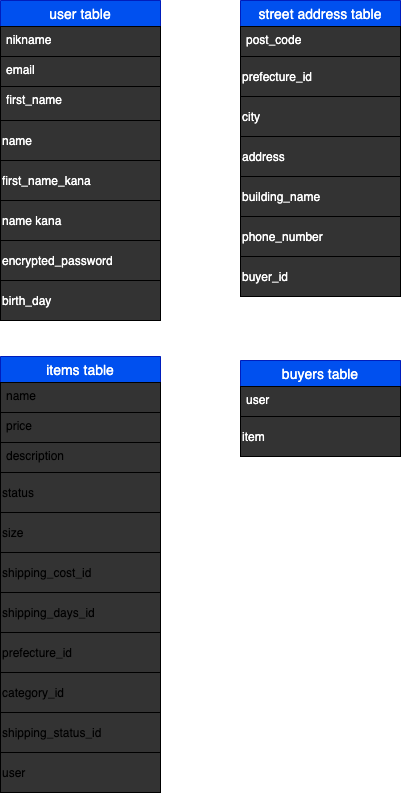
Above: db.png in yosida0929/furima-31487 (draw.io), before the change. Source tidied: cells renumbered, new cells last; positions are measured from the earlier drawing's top-left corner, leaving out a move shared by most shapes.
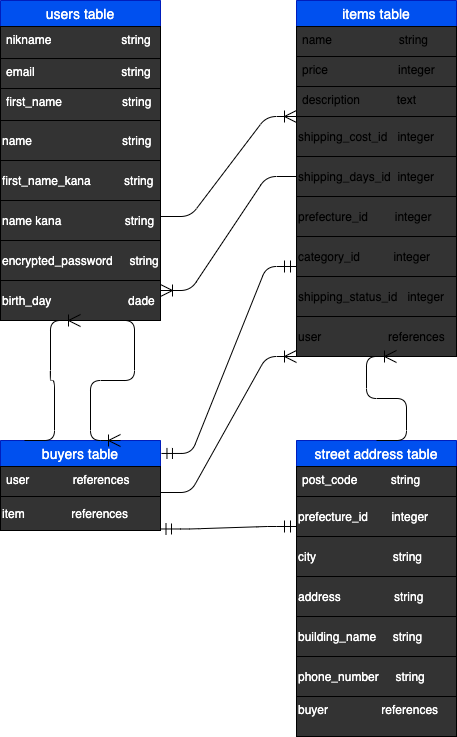
The same file after the commit.

Commit message:
ER図のみ修正１

Change to the diagram source:
```diff
@@ -2,101 +2,131 @@
   <root>
     <mxCell id="0" />
     <mxCell id="1" parent="0" />
-    <mxCell id="2" value="user table" style="swimlane;fontStyle=0;horizontal=1;startSize=26;align=center;fontSize=14;fillColor=#0050ef;strokeColor=#001DBC;fontColor=#ffffff;" parent="1" vertex="1">
-      <mxGeometry width="160" height="120" as="geometry" />
+    <mxCell id="2" value="users table" style="swimlane;fontStyle=0;horizontal=1;startSize=26;align=center;fontSize=14;fillColor=#0050ef;strokeColor=#001DBC;fontColor=#ffffff;" parent="1" vertex="1">
+      <mxGeometry width="160" height="122" as="geometry" />
     </mxCell>
-    <mxCell id="3" value="nikname" style="text;spacingLeft=4;spacingRight=4;overflow=hidden;fontSize=12;whiteSpace=wrap;fillColor=#333333;strokeColor=#000000;fontColor=#FFFFFF;" parent="2" vertex="1">
-      <mxGeometry y="26" width="160" height="30" as="geometry" />
+    <mxCell id="3" value="nikname                     string" style="text;spacingLeft=4;spacingRight=4;overflow=hidden;fontSize=12;whiteSpace=wrap;fillColor=#333333;strokeColor=#000000;fontColor=#FFFFFF;" parent="2" vertex="1">
+      <mxGeometry y="26" width="160" height="32" as="geometry" />
     </mxCell>
-    <mxCell id="4" value="email" style="text;spacingLeft=4;spacingRight=4;overflow=hidden;fontSize=12;whiteSpace=wrap;fillColor=#333333;strokeColor=#000000;fontColor=#FFFFFF;" parent="2" vertex="1">
-      <mxGeometry y="56" width="160" height="30" as="geometry" />
+    <mxCell id="4" value="email                          string" style="text;spacingLeft=4;spacingRight=4;overflow=hidden;fontSize=12;whiteSpace=wrap;fillColor=#333333;strokeColor=#000000;fontColor=#FFFFFF;" parent="2" vertex="1">
+      <mxGeometry y="58" width="160" height="30" as="geometry" />
     </mxCell>
-    <mxCell id="5" value="first_name" style="text;spacingLeft=4;spacingRight=4;overflow=hidden;fontSize=12;whiteSpace=wrap;labelBackgroundColor=none;fillColor=#333333;strokeColor=#000000;fontColor=#FFFFFF;" parent="2" vertex="1">
-      <mxGeometry y="86" width="160" height="34" as="geometry" />
+    <mxCell id="5" value="first_name                  string" style="text;spacingLeft=4;spacingRight=4;overflow=hidden;fontSize=12;whiteSpace=wrap;labelBackgroundColor=none;fillColor=#333333;strokeColor=#000000;fontColor=#FFFFFF;" parent="2" vertex="1">
+      <mxGeometry y="88" width="160" height="34" as="geometry" />
     </mxCell>
-    <mxCell id="6" value="name" style="align=left;labelBackgroundColor=none;whiteSpace=wrap;fillColor=#333333;strokeColor=#000000;fontColor=#FFFFFF;" parent="1" vertex="1">
+    <mxCell id="6" value="name                           string" style="align=left;labelBackgroundColor=none;whiteSpace=wrap;fillColor=#333333;strokeColor=#000000;fontColor=#FFFFFF;" parent="1" vertex="1">
       <mxGeometry y="120" width="160" height="40" as="geometry" />
     </mxCell>
-    <mxCell id="7" value="first_name_kana" style="whiteSpace=wrap;align=left;fillColor=#333333;strokeColor=#000000;fontColor=#FFFFFF;" parent="1" vertex="1">
+    <mxCell id="7" value="first_name_kana          string" style="whiteSpace=wrap;align=left;fillColor=#333333;strokeColor=#000000;fontColor=#FFFFFF;" parent="1" vertex="1">
       <mxGeometry y="160" width="160" height="40" as="geometry" />
     </mxCell>
-    <mxCell id="8" value="name kana" style="whiteSpace=wrap;align=left;fillColor=#333333;strokeColor=#000000;fontColor=#FFFFFF;" parent="1" vertex="1">
+    <mxCell id="8" value="name kana                   string" style="whiteSpace=wrap;align=left;fillColor=#333333;strokeColor=#000000;fontColor=#FFFFFF;" parent="1" vertex="1">
       <mxGeometry y="200" width="160" height="40" as="geometry" />
     </mxCell>
-    <mxCell id="9" value="encrypted_password" style="whiteSpace=wrap;align=left;fillColor=#333333;strokeColor=#000000;fontColor=#FFFFFF;" parent="1" vertex="1">
+    <mxCell id="9" value="encrypted_password     string" style="whiteSpace=wrap;align=left;fillColor=#333333;strokeColor=#000000;fontColor=#FFFFFF;" parent="1" vertex="1">
       <mxGeometry y="240" width="160" height="40" as="geometry" />
     </mxCell>
-    <mxCell id="10" value="birth_day" style="whiteSpace=wrap;align=left;fillColor=#333333;strokeColor=#000000;fontColor=#FFFFFF;" parent="1" vertex="1">
+    <mxCell id="10" value="birth_day                       dade" style="whiteSpace=wrap;align=left;fillColor=#333333;strokeColor=#000000;fontColor=#FFFFFF;" parent="1" vertex="1">
       <mxGeometry y="280" width="160" height="40" as="geometry" />
     </mxCell>
     <mxCell id="11" value="street address table" style="swimlane;fontStyle=0;horizontal=1;startSize=26;align=center;fontSize=14;fillColor=#0050ef;strokeColor=#001DBC;fontColor=#ffffff;" parent="1" vertex="1">
-      <mxGeometry x="240" width="160" height="56" as="geometry" />
+      <mxGeometry x="296" y="440" width="160" height="56" as="geometry" />
     </mxCell>
-    <mxCell id="12" value="post_code" style="text;spacingLeft=4;spacingRight=4;overflow=hidden;fontSize=12;fillColor=#333333;strokeColor=#000000;fontColor=#FFFFFF;" parent="11" vertex="1">
+    <mxCell id="12" value="post_code          string" style="text;spacingLeft=4;spacingRight=4;overflow=hidden;fontSize=12;fillColor=#333333;strokeColor=#000000;fontColor=#FFFFFF;" parent="11" vertex="1">
       <mxGeometry y="26" width="160" height="30" as="geometry" />
     </mxCell>
-    <mxCell id="13" value="prefecture_id" style="whiteSpace=wrap;align=left;gradientColor=none;fillColor=#333333;strokeColor=#000000;fontColor=#FFFFFF;" parent="1" vertex="1">
-      <mxGeometry x="240" y="56" width="160" height="40" as="geometry" />
+    <mxCell id="13" value="prefecture_id       integer" style="whiteSpace=wrap;align=left;gradientColor=none;fillColor=#333333;strokeColor=#000000;fontColor=#FFFFFF;" parent="1" vertex="1">
+      <mxGeometry x="296" y="496" width="160" height="40" as="geometry" />
     </mxCell>
-    <mxCell id="14" value="city" style="whiteSpace=wrap;align=left;gradientColor=none;fillColor=#333333;strokeColor=#000000;fontColor=#FFFFFF;" parent="1" vertex="1">
-      <mxGeometry x="240" y="96" width="160" height="40" as="geometry" />
+    <mxCell id="14" value="city                       string" style="whiteSpace=wrap;align=left;gradientColor=none;fillColor=#333333;strokeColor=#000000;fontColor=#FFFFFF;" parent="1" vertex="1">
+      <mxGeometry x="296" y="536" width="160" height="40" as="geometry" />
     </mxCell>
-    <mxCell id="15" value="address" style="whiteSpace=wrap;align=left;gradientColor=none;fillColor=#333333;strokeColor=#000000;fontColor=#FFFFFF;" parent="1" vertex="1">
-      <mxGeometry x="240" y="136" width="160" height="40" as="geometry" />
+    <mxCell id="15" value="address                string" style="whiteSpace=wrap;align=left;gradientColor=none;fillColor=#333333;strokeColor=#000000;fontColor=#FFFFFF;" parent="1" vertex="1">
+      <mxGeometry x="296" y="576" width="160" height="40" as="geometry" />
     </mxCell>
-    <mxCell id="16" value="building_name" style="whiteSpace=wrap;align=left;gradientColor=none;fillColor=#333333;strokeColor=#000000;fontColor=#FFFFFF;" parent="1" vertex="1">
-      <mxGeometry x="240" y="176" width="160" height="40" as="geometry" />
+    <mxCell id="16" value="building_name     string" style="whiteSpace=wrap;align=left;gradientColor=none;fillColor=#333333;strokeColor=#000000;fontColor=#FFFFFF;" parent="1" vertex="1">
+      <mxGeometry x="296" y="616" width="160" height="40" as="geometry" />
     </mxCell>
-    <mxCell id="17" value="phone_number" style="whiteSpace=wrap;align=left;gradientColor=none;fillColor=#333333;strokeColor=#000000;fontColor=#FFFFFF;" parent="1" vertex="1">
-      <mxGeometry x="240" y="216" width="160" height="40" as="geometry" />
+    <mxCell id="17" value="phone_number     string" style="whiteSpace=wrap;align=left;gradientColor=none;fillColor=#333333;strokeColor=#000000;fontColor=#FFFFFF;" parent="1" vertex="1">
+      <mxGeometry x="296" y="656" width="160" height="40" as="geometry" />
     </mxCell>
-    <mxCell id="18" value="buyer_id" style="whiteSpace=wrap;align=left;gradientColor=none;fillColor=#333333;strokeColor=#000000;fontColor=#FFFFFF;" parent="1" vertex="1">
-      <mxGeometry x="240" y="256" width="160" height="40" as="geometry" />
+    <mxCell id="18" value="buyer                references&#10; " style="whiteSpace=wrap;align=left;gradientColor=none;fillColor=#333333;strokeColor=#000000;fontColor=#FFFFFF;" parent="1" vertex="1">
+      <mxGeometry x="296" y="696" width="160" height="40" as="geometry" />
     </mxCell>
     <mxCell id="19" value="items table" style="swimlane;fontStyle=0;horizontal=1;startSize=26;align=center;fontSize=14;fillColor=#0050ef;strokeColor=#001DBC;fontColor=#ffffff;" parent="1" vertex="1">
-      <mxGeometry y="356" width="160" height="116" as="geometry" />
+      <mxGeometry x="296" width="160" height="116" as="geometry" />
     </mxCell>
-    <mxCell id="20" value="name" style="text;spacingLeft=4;spacingRight=4;overflow=hidden;fontSize=12;fillColor=#333333;strokeColor=#000000;" parent="19" vertex="1">
+    <mxCell id="20" value="name                    string" style="text;spacingLeft=4;spacingRight=4;overflow=hidden;fontSize=12;fillColor=#333333;strokeColor=#000000;" parent="19" vertex="1">
       <mxGeometry y="26" width="160" height="30" as="geometry" />
     </mxCell>
-    <mxCell id="21" value="price" style="text;spacingLeft=4;spacingRight=4;overflow=hidden;fontSize=12;fillColor=#333333;strokeColor=#000000;" parent="19" vertex="1">
+    <mxCell id="21" value="price                     integer" style="text;spacingLeft=4;spacingRight=4;overflow=hidden;fontSize=12;fillColor=#333333;strokeColor=#000000;" parent="19" vertex="1">
       <mxGeometry y="56" width="160" height="30" as="geometry" />
     </mxCell>
-    <mxCell id="22" value="description " style="text;spacingLeft=4;spacingRight=4;overflow=hidden;fontSize=12;fillColor=#333333;strokeColor=#000000;" parent="19" vertex="1">
+    <mxCell id="22" value="description           text" style="text;spacingLeft=4;spacingRight=4;overflow=hidden;fontSize=12;fillColor=#333333;strokeColor=#000000;" parent="19" vertex="1">
       <mxGeometry y="86" width="160" height="30" as="geometry" />
     </mxCell>
-    <mxCell id="23" value="status" style="whiteSpace=wrap;align=left;gradientColor=none;fillColor=#333333;strokeColor=#000000;" parent="1" vertex="1">
-      <mxGeometry y="472" width="160" height="40" as="geometry" />
-    </mxCell>
-    <mxCell id="24" value="size" style="whiteSpace=wrap;align=left;gradientColor=none;fillColor=#333333;strokeColor=#000000;" parent="1" vertex="1">
-      <mxGeometry y="512" width="160" height="40" as="geometry" />
-    </mxCell>
-    <mxCell id="25" value="shipping_cost_id" style="whiteSpace=wrap;align=left;gradientColor=none;fillColor=#333333;strokeColor=#000000;" parent="1" vertex="1">
-      <mxGeometry y="552" width="160" height="40" as="geometry" />
+    <mxCell id="25" value="shipping_cost_id   integer" style="whiteSpace=wrap;align=left;gradientColor=none;fillColor=#333333;strokeColor=#000000;" parent="1" vertex="1">
+      <mxGeometry x="296" y="116" width="160" height="40" as="geometry" />
     </mxCell>
-    <mxCell id="26" value="shipping_days_id" style="whiteSpace=wrap;align=left;gradientColor=none;fillColor=#333333;strokeColor=#000000;" parent="1" vertex="1">
-      <mxGeometry y="592" width="160" height="40" as="geometry" />
+    <mxCell id="26" value="shipping_days_id  integer" style="whiteSpace=wrap;align=left;gradientColor=none;fillColor=#333333;strokeColor=#000000;" parent="1" vertex="1">
+      <mxGeometry x="296" y="156" width="160" height="40" as="geometry" />
     </mxCell>
-    <mxCell id="27" value="prefecture_id" style="whiteSpace=wrap;align=left;gradientColor=none;fillColor=#333333;strokeColor=#000000;" parent="1" vertex="1">
-      <mxGeometry y="632" width="160" height="40" as="geometry" />
+    <mxCell id="27" value="prefecture_id        integer" style="whiteSpace=wrap;align=left;gradientColor=none;fillColor=#333333;strokeColor=#000000;" parent="1" vertex="1">
+      <mxGeometry x="296" y="196" width="160" height="40" as="geometry" />
     </mxCell>
-    <mxCell id="28" value="category_id" style="whiteSpace=wrap;align=left;gradientColor=none;fillColor=#333333;strokeColor=#000000;" parent="1" vertex="1">
-      <mxGeometry y="672" width="160" height="40" as="geometry" />
+    <mxCell id="28" value="category_id          integer" style="whiteSpace=wrap;align=left;gradientColor=none;fillColor=#333333;strokeColor=#000000;" parent="1" vertex="1">
+      <mxGeometry x="296" y="236" width="160" height="40" as="geometry" />
     </mxCell>
-    <mxCell id="29" value="shipping_status_id" style="whiteSpace=wrap;align=left;gradientColor=none;fillColor=#333333;strokeColor=#000000;" parent="1" vertex="1">
-      <mxGeometry y="712" width="160" height="40" as="geometry" />
+    <mxCell id="29" value="shipping_status_id   integer" style="whiteSpace=wrap;align=left;gradientColor=none;fillColor=#333333;strokeColor=#000000;" parent="1" vertex="1">
+      <mxGeometry x="296" y="276" width="160" height="40" as="geometry" />
     </mxCell>
     <mxCell id="30" value="buyers table" style="swimlane;fontStyle=0;horizontal=1;startSize=26;align=center;fontSize=14;fillColor=#0050ef;strokeColor=#001DBC;fontColor=#ffffff;" parent="1" vertex="1">
-      <mxGeometry x="240" y="360" width="160" height="56" as="geometry" />
+      <mxGeometry y="440" width="160" height="90" as="geometry" />
     </mxCell>
-    <mxCell id="31" value="user" style="text;spacingLeft=4;spacingRight=4;overflow=hidden;fontSize=12;fillColor=#333333;strokeColor=#000000;fontColor=#FFFFFF;" parent="30" vertex="1">
+    <mxCell id="31" value="user             references" style="text;spacingLeft=4;spacingRight=4;overflow=hidden;fontSize=12;fillColor=#333333;strokeColor=#000000;fontColor=#FFFFFF;" parent="30" vertex="1">
       <mxGeometry y="26" width="160" height="30" as="geometry" />
     </mxCell>
-    <mxCell id="32" value="item" style="whiteSpace=wrap;align=left;gradientColor=none;fillColor=#333333;strokeColor=#000000;fontColor=#FFFFFF;" parent="1" vertex="1">
-      <mxGeometry x="240" y="416" width="160" height="40" as="geometry" />
+    <mxCell id="32" value="item              references" style="whiteSpace=wrap;align=left;gradientColor=none;fillColor=#333333;strokeColor=#000000;fontColor=#FFFFFF;" parent="30" vertex="1">
+      <mxGeometry y="56" width="160" height="34" as="geometry" />
     </mxCell>
-    <mxCell id="33" value="user" style="whiteSpace=wrap;align=left;gradientColor=none;fillColor=#333333;strokeColor=#000000;" parent="1" vertex="1">
-      <mxGeometry y="752" width="160" height="40" as="geometry" />
+    <mxCell id="33" value="user                    references" style="whiteSpace=wrap;align=left;gradientColor=none;fillColor=#333333;strokeColor=#000000;" parent="1" vertex="1">
+      <mxGeometry x="296" y="316" width="160" height="40" as="geometry" />
     </mxCell>
+    <mxCell id="34" style="edgeStyle=entityRelationEdgeStyle;fontSize=12;html=1;endArrow=ERoneToMany;entryX=0;entryY=0;entryDx=0;entryDy=0;fontColor=#0000CC;endSize=10;startSize=9;" parent="1" edge="1" target="25">
+      <mxGeometry relative="1" as="geometry">
+        <mxPoint x="160" y="216" as="sourcePoint" />
+      </mxGeometry>
+    </mxCell>
+    <mxCell id="35" style="edgeStyle=entityRelationEdgeStyle;fontSize=12;html=1;endArrow=ERoneToMany;entryX=0.75;entryY=0;entryDx=0;entryDy=0;fontColor=#0000CC;endSize=10;startSize=9;" parent="1" edge="1" target="30">
+      <mxGeometry relative="1" as="geometry">
+        <mxPoint x="104" y="320" as="sourcePoint" />
+      </mxGeometry>
+    </mxCell>
+    <mxCell id="36" style="edgeStyle=entityRelationEdgeStyle;fontSize=12;html=1;endArrow=ERmandOne;startArrow=ERmandOne;exitX=1.006;exitY=0.144;exitDx=0;exitDy=0;exitPerimeter=0;entryX=0;entryY=0.75;entryDx=0;entryDy=0;fontColor=#0000CC;endSize=10;startSize=9;" parent="1" edge="1" source="30" target="28">
+      <mxGeometry relative="1" as="geometry" />
+    </mxCell>
+    <mxCell id="37" style="edgeStyle=entityRelationEdgeStyle;fontSize=12;html=1;endArrow=ERmandOne;startArrow=ERmandOne;exitX=1.006;exitY=0.144;exitDx=0;exitDy=0;exitPerimeter=0;entryX=0;entryY=0.75;entryDx=0;entryDy=0;fontColor=#0000CC;endSize=10;startSize=9;" parent="1" edge="1" target="13">
+      <mxGeometry relative="1" as="geometry">
+        <mxPoint x="160" y="528.5" as="sourcePoint" />
+      </mxGeometry>
+    </mxCell>
+    <mxCell id="38" style="edgeStyle=entityRelationEdgeStyle;fontSize=12;html=1;endArrow=ERoneToMany;entryX=0.5;entryY=1;entryDx=0;entryDy=0;fontColor=#0000CC;endSize=10;startSize=9;" parent="1" edge="1" target="10">
+      <mxGeometry relative="1" as="geometry">
+        <mxPoint x="24" y="440" as="sourcePoint" />
+      </mxGeometry>
+    </mxCell>
+    <mxCell id="39" style="edgeStyle=entityRelationEdgeStyle;fontSize=12;html=1;endArrow=ERoneToMany;entryX=0;entryY=1;entryDx=0;entryDy=0;fontColor=#0000CC;endSize=10;startSize=9;" parent="1" edge="1" target="33">
+      <mxGeometry relative="1" as="geometry">
+        <mxPoint x="160" y="492" as="sourcePoint" />
+      </mxGeometry>
+    </mxCell>
+    <mxCell id="40" style="edgeStyle=entityRelationEdgeStyle;fontSize=12;html=1;endArrow=ERoneToMany;entryX=1;entryY=0.25;entryDx=0;entryDy=0;exitX=0;exitY=0.5;exitDx=0;exitDy=0;fontColor=#0000CC;endSize=10;startSize=9;" parent="1" edge="1" source="26" target="10">
+      <mxGeometry relative="1" as="geometry" />
+    </mxCell>
+    <mxCell id="41" style="edgeStyle=entityRelationEdgeStyle;fontSize=12;html=1;endArrow=ERoneToMany;exitX=0.5;exitY=0;exitDx=0;exitDy=0;fontColor=#0000CC;endSize=10;startSize=9;" parent="1" edge="1" source="11">
+      <mxGeometry relative="1" as="geometry">
+        <mxPoint x="396" y="356" as="targetPoint" />
+      </mxGeometry>
+    </mxCell>
   </root>
 </mxGraphModel>
```
